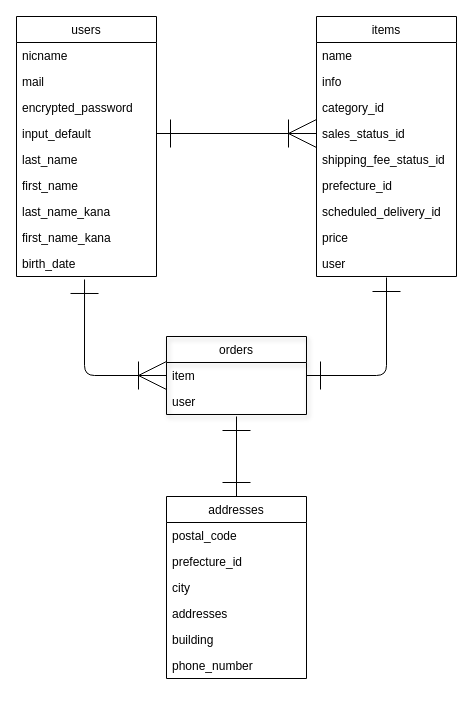
Earlier version of the draw.io diagram test.dio (onacyan2/furima-36991). Source tidied: cells renumbered, new cells numbered last; positions are measured from the earlier drawing's top-left corner, leaving out a move shared by most shapes. Both pictures are drawn from the tidied source at 100%, with x=0, y=0 at pixel (16, 16).
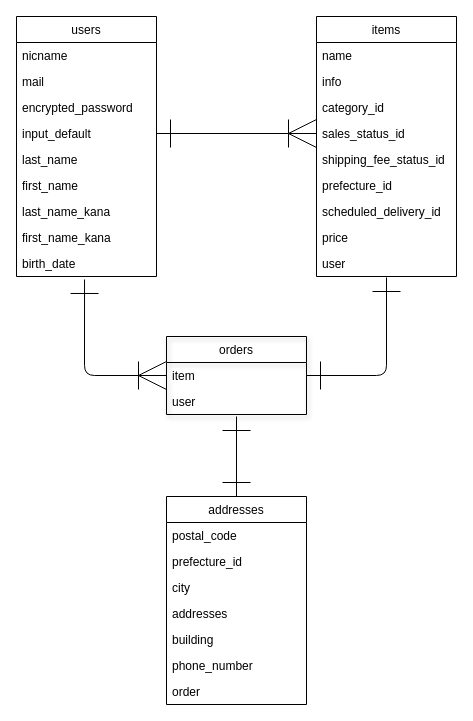
The same diagram, later.

Commit message (it also covers changes not shown here):
ER図/READMEの変更４

Diff of the diagram source:
```diff
@@
     <mxCell id="2" value="addresses" style="swimlane;fontStyle=0;horizontal=1;startSize=26;" parent="1" vertex="1">
-      <mxGeometry x="150" y="480" width="140" height="182" as="geometry" />
+      <mxGeometry x="150" y="480" width="140" height="208" as="geometry" />
     </mxCell>
@@
+    <mxCell id="36" value="order" style="text;strokeColor=none;fillColor=none;align=left;verticalAlign=top;spacingLeft=4;spacingRight=4;overflow=hidden;" parent="2" vertex="1">
+      <mxGeometry y="182" width="140" height="26" as="geometry" />
+    </mxCell>
```
